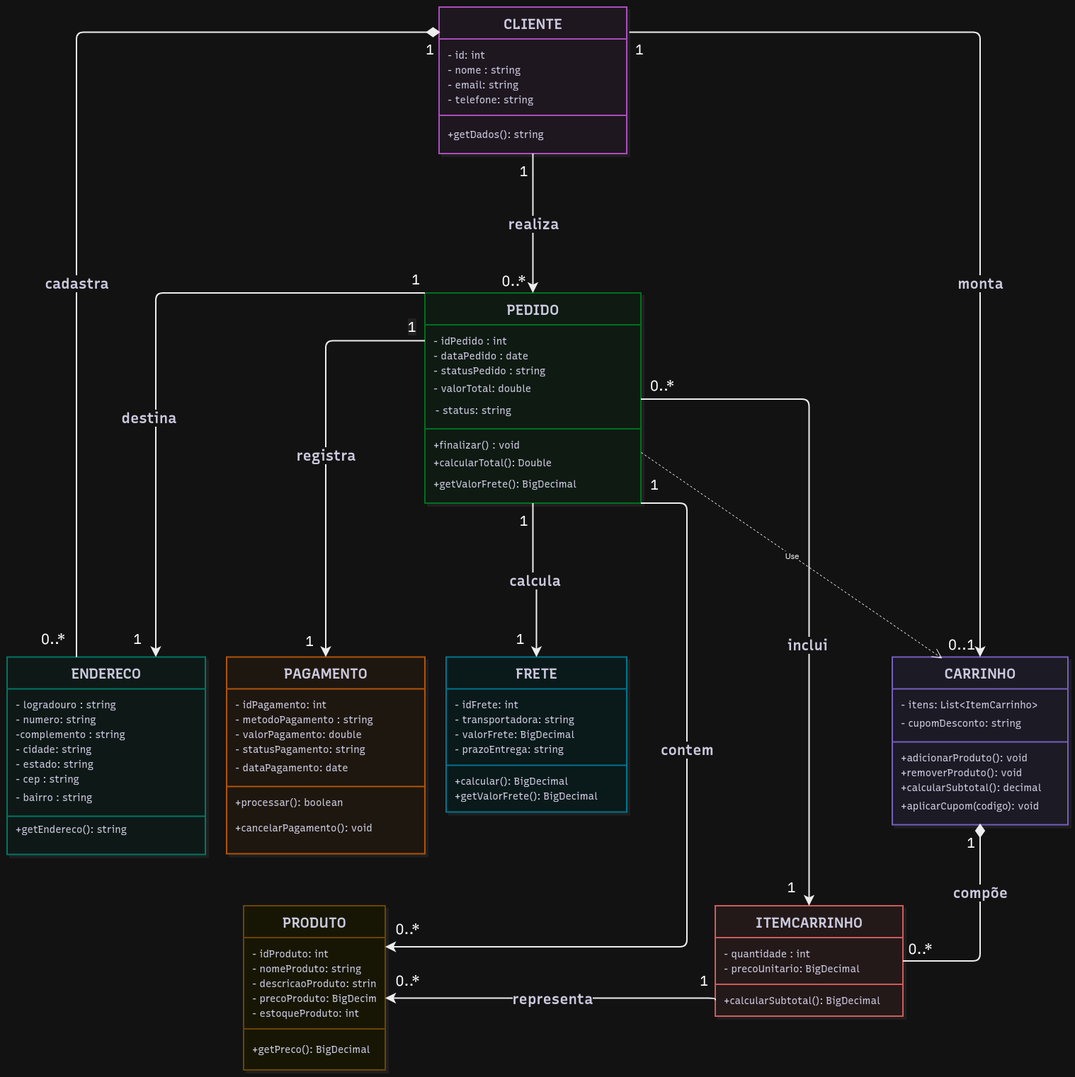
This is docs/assets/images/DiagramaClassesFluxoC.png from UnBArqDsw2026-2-Turma02/2026.2-T02-_G1_ProjetoComercioEletr-nico_Entrega_03, a draw.io export, as it was before one commit. Source tidied: cells renumbered, new cells last; positions are measured from the earlier drawing's top-left corner, leaving out a move shared by most shapes.
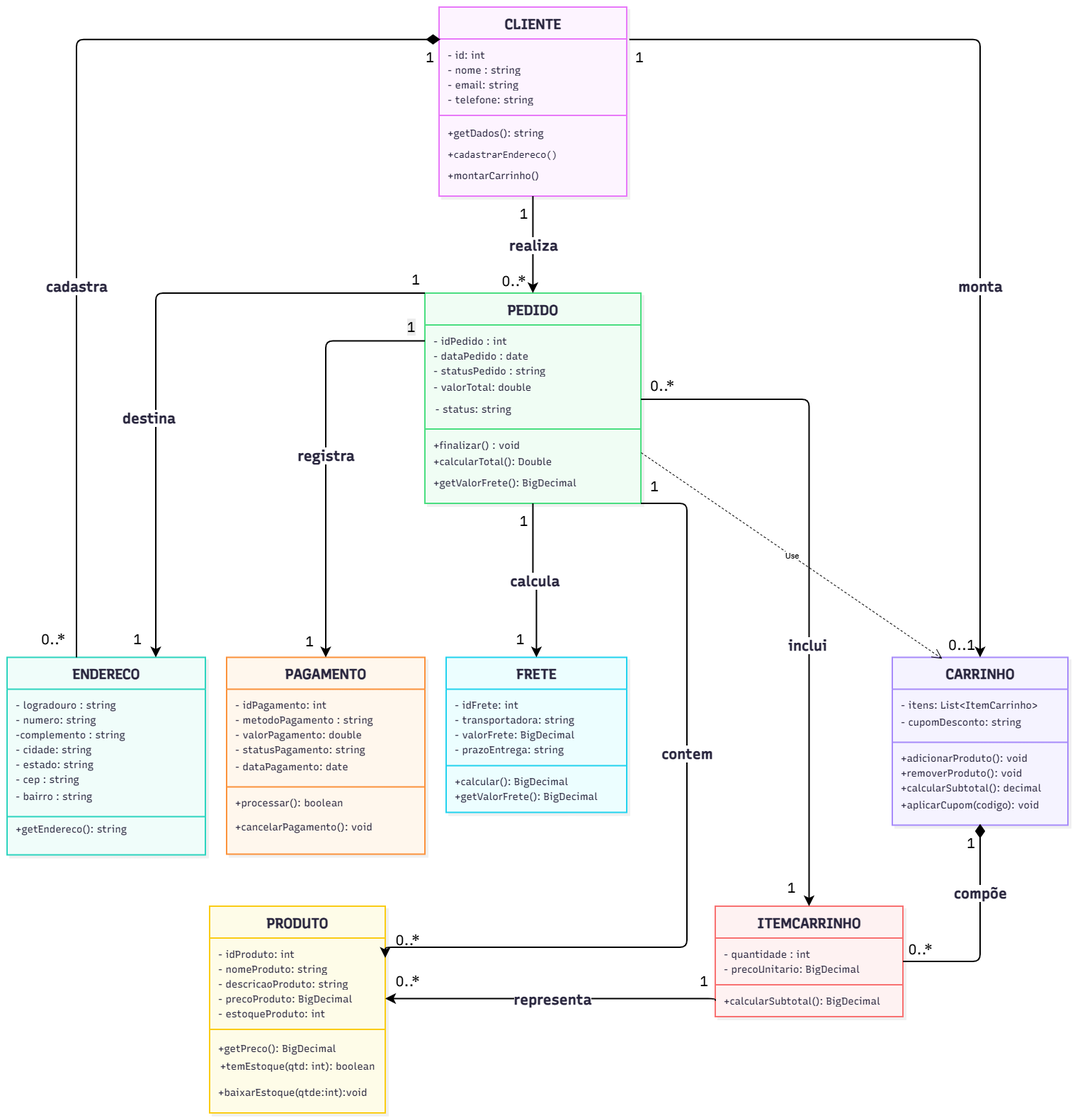
Later version of the same file.

Commit message:
docs(subequipe3): Acrescenta o texto referente à aplicação do Padrão *Strategy* e adiciona os versionamentos e links de referencias aos diagramas elaboraborados pelas autoras

Diff of the diagram source:
```diff
@@ -6,7 +6,7 @@
       <mxGeometry y="280" as="geometry" />
     </mxCell>
     <mxCell id="3" value="&lt;b&gt;&lt;font style=&quot;font-size: 20px;&quot;&gt;CLIENTE&lt;/font&gt;&lt;/b&gt;" style="swimlane;html=1;fontStyle=1;fontSize=14;align=center;verticalAlign=middle;horizontal=1;startSize=45;swimlaneFillColor=#FDF4FF;whiteSpace=wrap;fillColor=#FDF4FF;strokeColor=#E879F9;fontColor=#28253D;fontFamily=Recursive;strokeWidth=2;shadow=1;shadowColor=#000000;shadowOffsetX=4;shadowOffsetY=4;shadowBlur=0;shadowOpacity=6;fontSource=https%3A%2F%2Ffonts.googleapis.com%2Fcss%3Ffamily%3DRecursive;" parent="2" vertex="1">
-      <mxGeometry x="690" y="-280" width="265" height="207" as="geometry" />
+      <mxGeometry x="690" y="-280" width="265" height="267" as="geometry" />
     </mxCell>
     <mxCell id="4" value="- id: int" style="text;fontSize=14;strokeColor=none;fillColor=none;align=left;verticalAlign=middle;spacingLeft=10;spacingRight=12;spacingBottom=2;overflow=hidden;fontFamily=Recursive;fontColor=#28253D;fontSource=https%3A%2F%2Ffonts.googleapis.com%2Fcss%3Ffamily%3DRecursive;" parent="3" vertex="1">
       <mxGeometry y="57" width="265" height="21" as="geometry" />
@@ -26,6 +26,12 @@
     <mxCell id="9" value="+getDados(): string" style="text;html=1;whiteSpace=wrap;strokeColor=none;fillColor=none;align=left;verticalAlign=middle;rounded=0;fontFamily=Recursive;fontSource=https%3A%2F%2Ffonts.googleapis.com%2Fcss%3Ffamily%3DRecursive;fontSize=14;fontColor=#28253D;fontStyle=0;spacingLeft=10;spacingRight=12;spacingBottom=2;" parent="3" vertex="1">
       <mxGeometry y="165" width="265" height="30" as="geometry" />
     </mxCell>
+    <mxCell id="99" value="+&lt;code dir=&quot;ltr&quot;&gt;cadastrarEndereco()&lt;/code&gt;" style="text;html=1;whiteSpace=wrap;strokeColor=none;fillColor=none;align=left;verticalAlign=middle;rounded=0;fontFamily=Recursive;fontSource=https%3A%2F%2Ffonts.googleapis.com%2Fcss%3Ffamily%3DRecursive;fontSize=14;fontColor=#28253D;fontStyle=0;spacingLeft=10;spacingRight=12;spacingBottom=2;" parent="3" vertex="1">
+      <mxGeometry y="195" width="265" height="30" as="geometry" />
+    </mxCell>
+    <mxCell id="100" value="+montarCarrinho()" style="text;html=1;whiteSpace=wrap;strokeColor=none;fillColor=none;align=left;verticalAlign=middle;rounded=0;fontFamily=Recursive;fontSource=https%3A%2F%2Ffonts.googleapis.com%2Fcss%3Ffamily%3DRecursive;fontSize=14;fontColor=#28253D;fontStyle=0;spacingLeft=10;spacingRight=12;spacingBottom=2;" parent="3" vertex="1">
+      <mxGeometry y="225" width="265" height="30" as="geometry" />
+    </mxCell>
     <mxCell id="10" value="&lt;b&gt;&lt;font style=&quot;font-size: 20px;&quot;&gt;ENDERECO&lt;/font&gt;&lt;/b&gt;" style="swimlane;html=1;fontStyle=1;fontSize=14;align=center;verticalAlign=middle;horizontal=1;startSize=45;swimlaneFillColor=#F0FDFA;whiteSpace=wrap;fillColor=#F0FDFA;strokeColor=#2DD4BF;fontColor=#28253D;fontFamily=Recursive;strokeWidth=2;shadow=1;shadowColor=#000000;shadowOffsetX=4;shadowOffsetY=4;shadowBlur=0;shadowOpacity=6;fontSource=https%3A%2F%2Ffonts.googleapis.com%2Fcss%3Ffamily%3DRecursive;" parent="2" vertex="1">
       <mxGeometry x="80" y="638.5" width="280" height="279" as="geometry" />
     </mxCell>
@@ -177,29 +183,35 @@
       <mxGeometry y="123" width="265" height="21" as="geometry" />
     </mxCell>
     <mxCell id="60" value="&lt;b&gt;&lt;font style=&quot;font-size: 20px;&quot;&gt;PRODUTO&lt;/font&gt;&lt;/b&gt;" style="swimlane;html=1;fontStyle=1;fontSize=14;align=center;verticalAlign=middle;horizontal=1;startSize=45;swimlaneFillColor=#FEFCE8;whiteSpace=wrap;fillColor=#FEFCE8;strokeColor=#FACC15;fontColor=#28253D;fontFamily=Recursive;strokeWidth=2;shadow=1;shadowColor=#000000;shadowOffsetX=4;shadowOffsetY=4;shadowBlur=0;shadowOpacity=6;fontSource=https%3A%2F%2Ffonts.googleapis.com%2Fcss%3Ffamily%3DRecursive;" parent="2" vertex="1">
-      <mxGeometry x="414" y="990" width="200" height="232" as="geometry" />
+      <mxGeometry x="366" y="990" width="248" height="292" as="geometry" />
     </mxCell>
     <mxCell id="61" value="- idProduto: int " style="text;fontSize=14;strokeColor=none;fillColor=none;align=left;verticalAlign=middle;spacingLeft=10;spacingRight=12;spacingBottom=2;overflow=hidden;fontFamily=Recursive;fontColor=#28253D;fontSource=https%3A%2F%2Ffonts.googleapis.com%2Fcss%3Ffamily%3DRecursive;" parent="60" vertex="1">
-      <mxGeometry y="57" width="200" height="21" as="geometry" />
+      <mxGeometry y="57" width="248" height="21" as="geometry" />
     </mxCell>
     <mxCell id="62" value="- nomeProduto: string " style="text;fontSize=14;strokeColor=none;fillColor=none;align=left;verticalAlign=middle;spacingLeft=10;spacingRight=12;spacingBottom=2;overflow=hidden;fontFamily=Recursive;fontColor=#28253D;fontSource=https%3A%2F%2Ffonts.googleapis.com%2Fcss%3Ffamily%3DRecursive;" parent="60" vertex="1">
-      <mxGeometry y="78" width="200" height="21" as="geometry" />
+      <mxGeometry y="78" width="248" height="21" as="geometry" />
     </mxCell>
     <mxCell id="63" value="- descricaoProduto: string" style="text;fontSize=14;strokeColor=none;fillColor=none;align=left;verticalAlign=middle;spacingLeft=10;spacingRight=12;spacingBottom=2;overflow=hidden;fontFamily=Recursive;fontColor=#28253D;fontSource=https%3A%2F%2Ffonts.googleapis.com%2Fcss%3Ffamily%3DRecursive;" parent="60" vertex="1">
-      <mxGeometry y="99" width="200" height="21" as="geometry" />
+      <mxGeometry y="99" width="248" height="21" as="geometry" />
     </mxCell>
     <mxCell id="64" value="- precoProduto: BigDecimal" style="text;fontSize=14;strokeColor=none;fillColor=none;align=left;verticalAlign=middle;spacingLeft=10;spacingRight=12;spacingBottom=2;overflow=hidden;points=[[0,0.5],[1,0.5]];portConstraint=eastwest;fontFamily=Recursive;fontColor=#28253D;fontSource=https%3A%2F%2Ffonts.googleapis.com%2Fcss%3Ffamily%3DRecursive;" parent="60" vertex="1">
-      <mxGeometry y="120" width="200" height="21" as="geometry" />
+      <mxGeometry y="120" width="248" height="21" as="geometry" />
     </mxCell>
     <mxCell id="65" value="- estoqueProduto: int" style="text;fontSize=14;strokeColor=none;fillColor=none;align=left;verticalAlign=middle;spacingLeft=10;spacingRight=12;spacingBottom=2;overflow=hidden;fontFamily=Recursive;fontColor=#28253D;fontSource=https%3A%2F%2Ffonts.googleapis.com%2Fcss%3Ffamily%3DRecursive;" parent="60" vertex="1">
-      <mxGeometry y="141" width="200" height="21" as="geometry" />
+      <mxGeometry y="141" width="248" height="21" as="geometry" />
     </mxCell>
     <mxCell id="66" style="line;strokeWidth=2;fillColor=none;spacingLeft=3;spacingRight=3;strokeColor=inherit;" parent="60" vertex="1">
-      <mxGeometry y="162" width="200" height="24" as="geometry" />
+      <mxGeometry y="162" width="248" height="24" as="geometry" />
     </mxCell>
     <mxCell id="67" value="+getPreco(): BigDecimal" style="text;html=1;whiteSpace=wrap;strokeColor=none;fillColor=none;align=left;verticalAlign=middle;rounded=0;fontFamily=Recursive;fontSource=https%3A%2F%2Ffonts.googleapis.com%2Fcss%3Ffamily%3DRecursive;fontSize=14;fontColor=#28253D;fontStyle=0;spacingLeft=10;spacingRight=12;spacingBottom=2;" parent="60" vertex="1">
-      <mxGeometry y="186" width="200" height="34" as="geometry" />
+      <mxGeometry y="186" width="248" height="34" as="geometry" />
     </mxCell>
+    <mxCell id="101" value="&lt;div&gt;+temEstoque(qtd: int): boolean&lt;/div&gt;&lt;div&gt;&lt;br&gt;&lt;/div&gt;" style="text;html=1;whiteSpace=wrap;strokeColor=none;fillColor=none;align=center;verticalAlign=middle;rounded=0;fontFamily=Recursive;fontSource=https%3A%2F%2Ffonts.googleapis.com%2Fcss%3Ffamily%3DRecursive;fontSize=14;fontColor=#28253D;fontStyle=0;" parent="60" vertex="1">
+      <mxGeometry y="220" width="248" height="30" as="geometry" />
+    </mxCell>
+    <mxCell id="102" value="+baixarEstoque(qtde:int):void" style="text;html=1;whiteSpace=wrap;strokeColor=none;fillColor=none;align=left;verticalAlign=middle;rounded=0;fontFamily=Recursive;fontSource=https%3A%2F%2Ffonts.googleapis.com%2Fcss%3Ffamily%3DRecursive;fontSize=14;fontColor=#28253D;fontStyle=0;spacingLeft=10;spacingRight=12;spacingBottom=2;" parent="60" vertex="1">
+      <mxGeometry y="250" width="248" height="30" as="geometry" />
+    </mxCell>
     <mxCell id="68" value="&lt;font style=&quot;font-size: 20px;&quot;&gt;&lt;b&gt;cadastra&lt;/b&gt;&lt;/font&gt;" style="edgeStyle=orthogonalEdgeStyle;rounded=1;curved=0;startArrow=mermaidDiamond;startSize=15;startFill=1;endArrow=none;jumpStyle=arc;jumpSize=12;strokeColor=#000000;html=1;fontSize=14;labelBackgroundColor=#ffffff;fontFamily=Recursive;fontColor=#28253D;exitX=0;exitY=0.171;entryX=0.35;entryY=0;strokeWidth=2;sourcePerimeterSpacing=3;fontSource=https%3A%2F%2Ffonts.googleapis.com%2Fcss%3Ffamily%3DRecursive;exitDx=0;exitDy=0;exitPerimeter=0;" parent="2" edge="1" source="3" target="10">
       <mxGeometry x="0.24" relative="1" as="geometry" />
     </mxCell>
```
